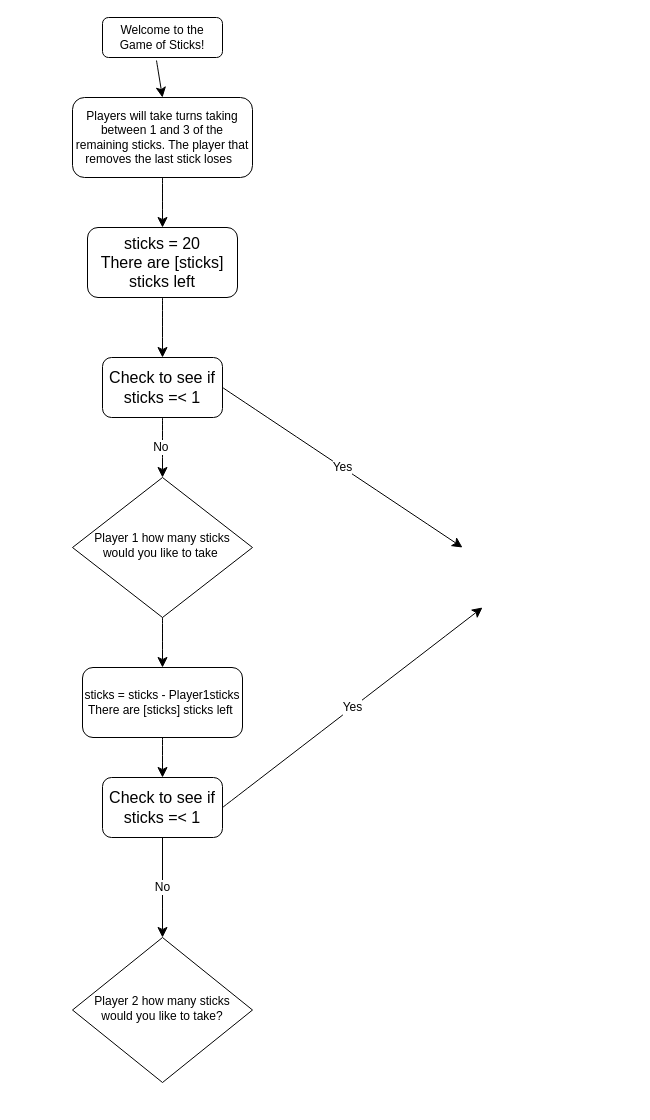
TiyaCox/tycox keeps this draw.io diagram as Untitled Diagram.drawio. Above is the earlier version. Source tidied: cells renumbered, new cells numbered last; positions are measured from the earlier drawing's top-left corner, leaving out a move shared by most shapes. Both pictures are drawn from the tidied source at 100%, with x=0, y=0 at pixel (72, 17).
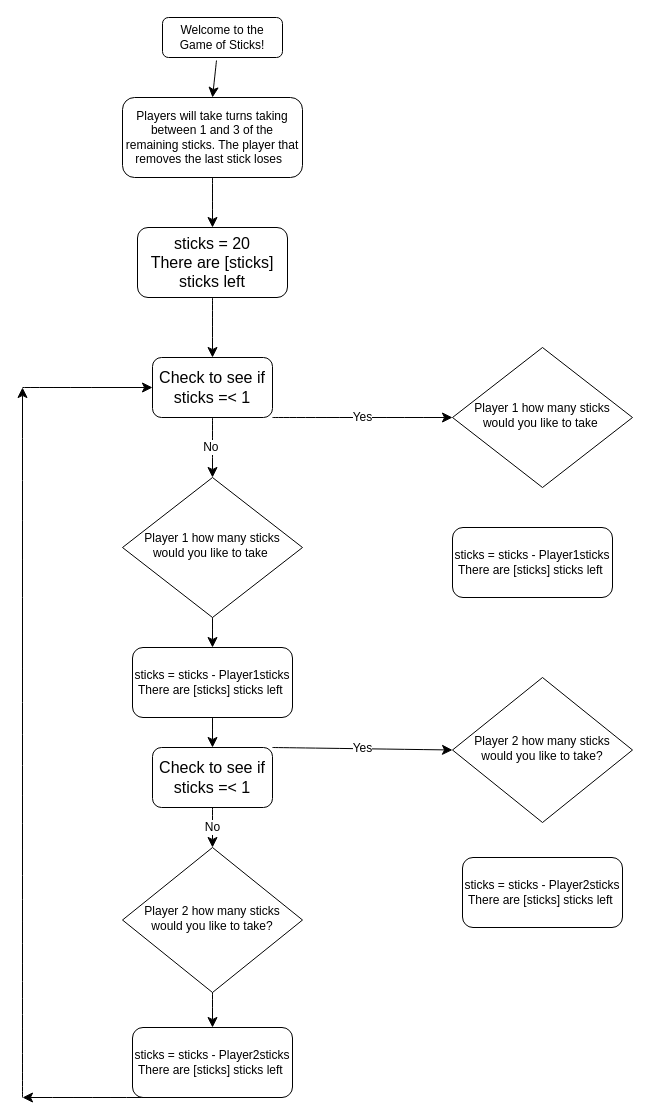
After the change.

What changed in the source:
```diff
@@
     <mxCell id="2" value="Welcome to the Game of Sticks!" style="rounded=1;whiteSpace=wrap;html=1;fontSize=12;glass=0;strokeWidth=1;shadow=0;" parent="1" vertex="1">
-      <mxGeometry x="30" width="120" height="40" as="geometry" />
+      <mxGeometry x="90" width="120" height="40" as="geometry" />
     </mxCell>
     <mxCell id="3" value="Player 1 how many sticks would you like to take&amp;nbsp;" style="rhombus;whiteSpace=wrap;html=1;shadow=0;fontFamily=Helvetica;fontSize=12;align=center;strokeWidth=1;spacing=6;spacingTop=-4;" parent="1" vertex="1">
-      <mxGeometry y="460" width="180" height="140" as="geometry" />
+      <mxGeometry x="50" y="460" width="180" height="140" as="geometry" />
     </mxCell>
     <mxCell id="4" value="Players will take turns taking between 1 and 3 of the remaining sticks. The player that removes the last stick loses&amp;nbsp;&amp;nbsp;" style="rounded=1;whiteSpace=wrap;html=1;fontSize=12;glass=0;strokeWidth=1;shadow=0;" parent="1" vertex="1">
-      <mxGeometry y="80" width="180" height="80" as="geometry" />
+      <mxGeometry x="50" y="80" width="180" height="80" as="geometry" />
     </mxCell>
     <mxCell id="5" value="Player 2 how many sticks would you like to take?" style="rhombus;whiteSpace=wrap;html=1;shadow=0;fontFamily=Helvetica;fontSize=12;align=center;strokeWidth=1;spacing=6;spacingTop=-4;" parent="1" vertex="1">
-      <mxGeometry y="920" width="180" height="145" as="geometry" />
+      <mxGeometry x="50" y="830" width="180" height="145" as="geometry" />
     </mxCell>
     <mxCell id="6" value="sticks = sticks - Player1sticks&lt;br&gt;There are [sticks] sticks left&amp;nbsp;" style="rounded=1;whiteSpace=wrap;html=1;fontSize=12;glass=0;strokeWidth=1;shadow=0;" parent="1" vertex="1">
-      <mxGeometry x="10" y="650" width="160" height="70" as="geometry" />
+      <mxGeometry x="60" y="630" width="160" height="70" as="geometry" />
     </mxCell>
@@
     <mxCell id="8" value="sticks = 20&lt;br&gt;There are [sticks] sticks left" style="rounded=1;whiteSpace=wrap;html=1;fontSize=16;" parent="1" vertex="1">
-      <mxGeometry x="15" y="210" width="150" height="70" as="geometry" />
+      <mxGeometry x="65" y="210" width="150" height="70" as="geometry" />
     </mxCell>
@@
     <mxCell id="12" value="Check to see if sticks =&amp;lt; 1" style="rounded=1;whiteSpace=wrap;html=1;fontSize=16;" parent="1" vertex="1">
-      <mxGeometry x="30" y="340" width="120" height="60" as="geometry" />
+      <mxGeometry x="80" y="340" width="120" height="60" as="geometry" />
     </mxCell>
@@
-    <mxCell id="15" value="Yes" style="endArrow=classic;html=1;rounded=0;fontSize=12;startSize=8;endSize=8;curved=1;exitX=1;exitY=0.5;exitDx=0;exitDy=0;" parent="1" edge="1" source="12">
-      <mxGeometry relative="1" as="geometry">
-        <mxPoint x="390" y="530" as="targetPoint" />
-      </mxGeometry>
+    <mxCell id="15" value="Yes" style="endArrow=classic;html=1;rounded=0;fontSize=12;startSize=8;endSize=8;curved=1;exitX=1;exitY=1;exitDx=0;exitDy=0;entryX=0;entryY=0.5;entryDx=0;entryDy=0;" parent="1" edge="1" source="12" target="24">
+      <mxGeometry relative="1" as="geometry" />
     </mxCell>
     <mxCell id="16" value="Check to see if sticks =&amp;lt; 1" style="rounded=1;whiteSpace=wrap;html=1;fontSize=16;" parent="1" vertex="1">
-      <mxGeometry x="30" y="760" width="120" height="60" as="geometry" />
+      <mxGeometry x="80" y="730" width="120" height="60" as="geometry" />
     </mxCell>
+    <mxCell id="18" value="Yes" style="endArrow=classic;html=1;rounded=0;fontSize=12;startSize=8;endSize=8;curved=1;exitX=1;exitY=0;exitDx=0;exitDy=0;entryX=0;entryY=0.5;entryDx=0;entryDy=0;" parent="1" edge="1" source="16" target="25">
+      <mxGeometry relative="1" as="geometry" />
+    </mxCell>
     <mxCell id="17" value="No" style="endArrow=classic;html=1;rounded=0;fontSize=12;startSize=8;endSize=8;curved=1;exitX=0.5;exitY=1;exitDx=0;exitDy=0;entryX=0.5;entryY=0;entryDx=0;entryDy=0;" parent="1" edge="1" source="16" target="5">
-      <mxGeometry relative="1" as="geometry">
-        <Array as="points">
-          <mxPoint x="90" y="870" />
-        </Array>
-      </mxGeometry>
+      <mxGeometry relative="1" as="geometry" />
     </mxCell>
-    <mxCell id="18" value="Yes" style="endArrow=classic;html=1;rounded=0;fontSize=12;startSize=8;endSize=8;curved=1;exitX=1;exitY=0.5;exitDx=0;exitDy=0;" parent="1" edge="1" source="16">
-      <mxGeometry relative="1" as="geometry">
-        <mxPoint x="410" y="590" as="targetPoint" />
-      </mxGeometry>
-    </mxCell>
+    <mxCell id="19" value="sticks = sticks - Player2sticks&lt;br&gt;There are [sticks] sticks left&amp;nbsp;" style="rounded=1;whiteSpace=wrap;html=1;fontSize=12;glass=0;strokeWidth=1;shadow=0;" parent="1" vertex="1">
+      <mxGeometry x="60" y="1010" width="160" height="70" as="geometry" />
+    </mxCell>
+    <mxCell id="20" style="endArrow=classic;html=1;rounded=0;fontSize=12;startSize=8;endSize=8;curved=1;exitX=0.5;exitY=1;exitDx=0;exitDy=0;entryX=0.5;entryY=0;entryDx=0;entryDy=0;" parent="1" edge="1" source="5" target="19">
+      <mxGeometry relative="1" as="geometry" />
+    </mxCell>
+    <mxCell id="21" style="endArrow=classic;html=1;rounded=0;fontSize=12;startSize=8;endSize=8;curved=1;exitX=0.5;exitY=1;exitDx=0;exitDy=0;" parent="1" edge="1" source="19">
+      <mxGeometry relative="1" as="geometry">
+        <mxPoint x="-50" y="1080" as="targetPoint" />
+      </mxGeometry>
+    </mxCell>
+    <mxCell id="22" style="endArrow=classic;html=1;rounded=0;fontSize=12;startSize=8;endSize=8;curved=1;" parent="1" edge="1">
+      <mxGeometry relative="1" as="geometry">
+        <mxPoint x="-50" y="1080" as="sourcePoint" />
+        <mxPoint x="-50" y="370" as="targetPoint" />
+      </mxGeometry>
+    </mxCell>
+    <mxCell id="23" style="endArrow=classic;html=1;rounded=0;fontSize=12;startSize=8;endSize=8;curved=1;entryX=0;entryY=0.5;entryDx=0;entryDy=0;" parent="1" edge="1" target="12">
+      <mxGeometry relative="1" as="geometry">
+        <mxPoint x="-50" y="370" as="sourcePoint" />
+      </mxGeometry>
+    </mxCell>
+    <mxCell id="24" value="Player 1 how many sticks would you like to take&amp;nbsp;" style="rhombus;whiteSpace=wrap;html=1;shadow=0;fontFamily=Helvetica;fontSize=12;align=center;strokeWidth=1;spacing=6;spacingTop=-4;" parent="1" vertex="1">
+      <mxGeometry x="380" y="330" width="180" height="140" as="geometry" />
+    </mxCell>
+    <mxCell id="25" value="Player 2 how many sticks would you like to take?" style="rhombus;whiteSpace=wrap;html=1;shadow=0;fontFamily=Helvetica;fontSize=12;align=center;strokeWidth=1;spacing=6;spacingTop=-4;" parent="1" vertex="1">
+      <mxGeometry x="380" y="660" width="180" height="145" as="geometry" />
+    </mxCell>
+    <mxCell id="26" value="sticks = sticks - Player1sticks&lt;br&gt;There are [sticks] sticks left&amp;nbsp;" style="rounded=1;whiteSpace=wrap;html=1;fontSize=12;glass=0;strokeWidth=1;shadow=0;" parent="1" vertex="1">
+      <mxGeometry x="380" y="510" width="160" height="70" as="geometry" />
+    </mxCell>
+    <mxCell id="27" value="sticks = sticks - Player2sticks&lt;br&gt;There are [sticks] sticks left&amp;nbsp;" style="rounded=1;whiteSpace=wrap;html=1;fontSize=12;glass=0;strokeWidth=1;shadow=0;" parent="1" vertex="1">
+      <mxGeometry x="390" y="840" width="160" height="70" as="geometry" />
+    </mxCell>
```
